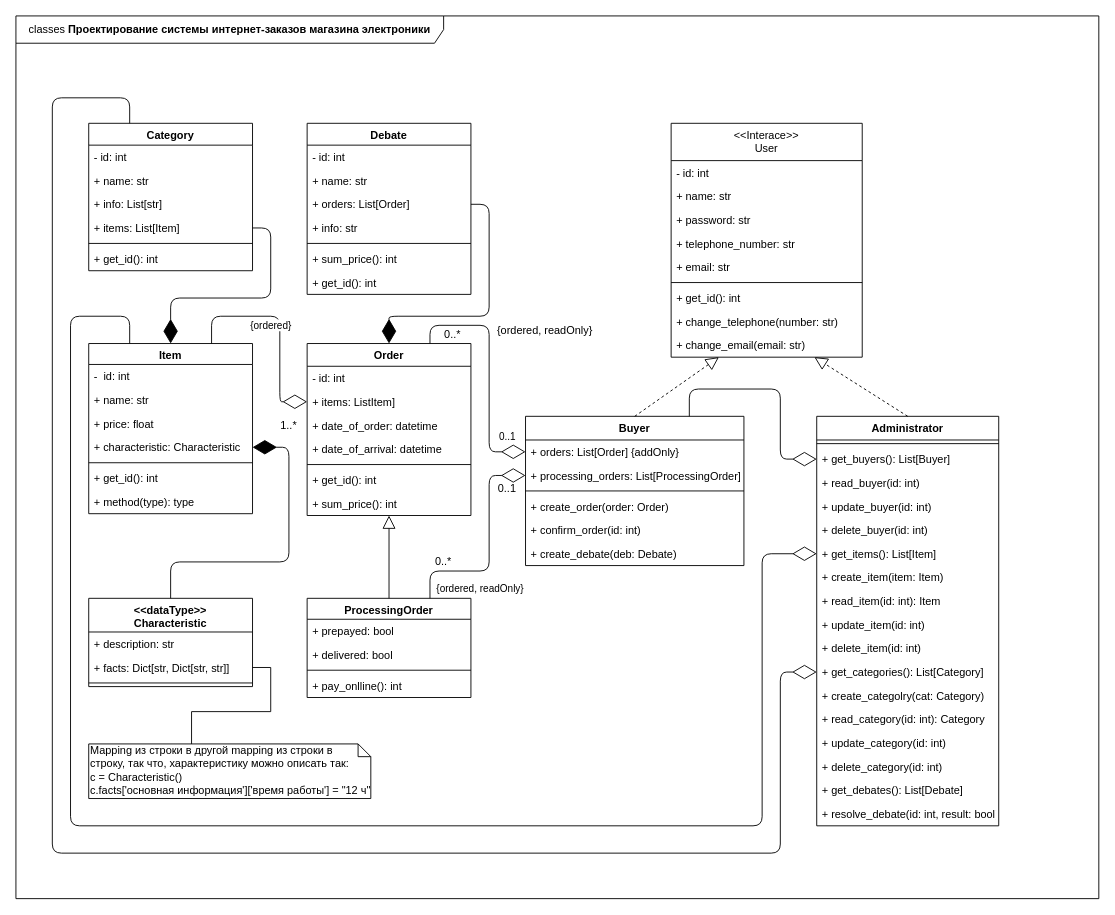
Before: classes.drawio in randomunrandom/MSS, a draw.io diagram. Source tidied: cells renumbered, new cells numbered last; positions are measured from the earlier drawing's top-left corner, leaving out a move shared by most shapes. Both pictures are drawn from the tidied source at 91%, with x=0, y=0 at pixel (15, 15).
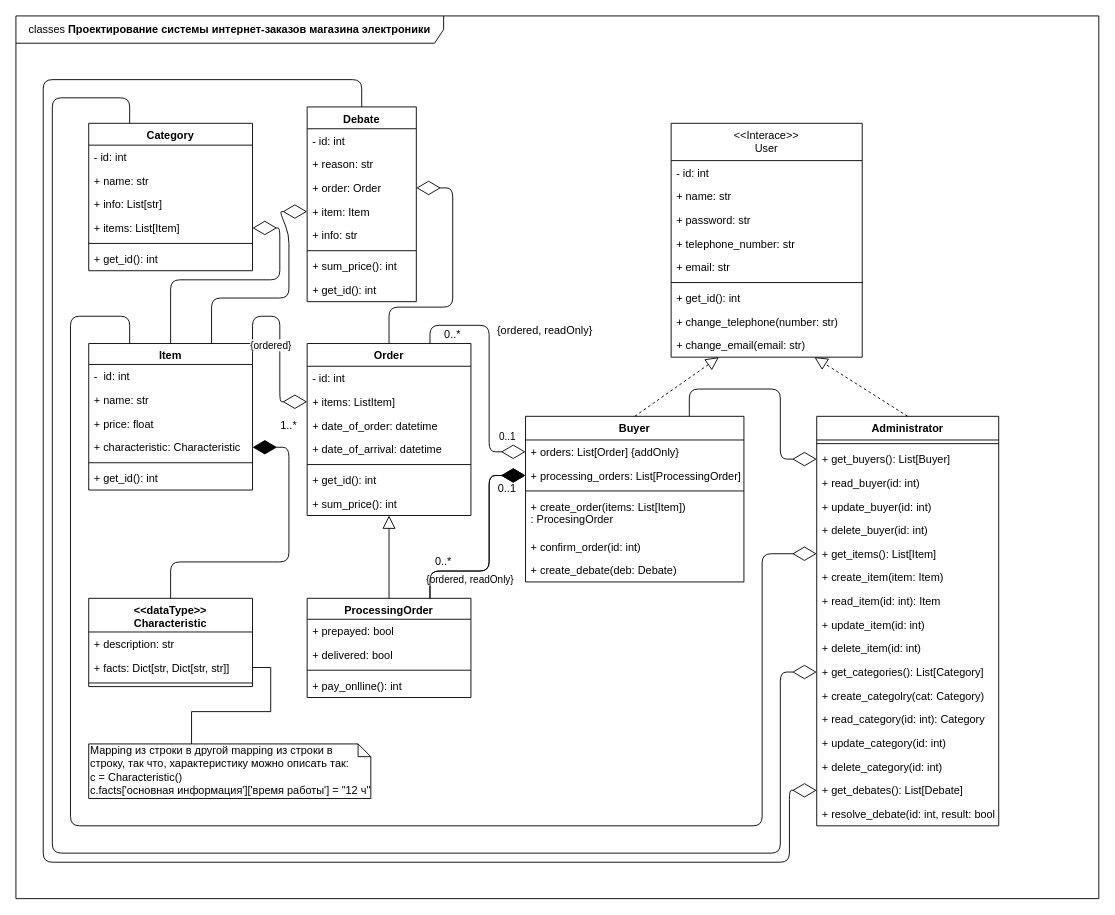
The same diagram, later.

The change refers to these unchanged cells:
```xml
<mxCell id="11" value="ProcessingOrder" style="swimlane;fontStyle=1;align=center;verticalAlign=top;horizontal=1;startSize=23;" parent="1" vertex="1">
  <mxGeometry x="320" y="640" width="180" height="109" as="geometry" />
</mxCell>
<mxCell id="17" value="+ orders: List[Order] {addOnly}" style="text;strokeColor=none;fillColor=none;align=left;verticalAlign=top;spacingLeft=4;spacingRight=4;overflow=hidden;points=[[0,0.5],[1,0.5]];portConstraint=eastwest;" parent="16" vertex="1">
  <mxGeometry y="26" width="240" height="26" as="geometry" />
</mxCell>
<mxCell id="18" value="+ processing_orders: List[ProcessingOrder]" style="text;strokeColor=none;fillColor=none;align=left;verticalAlign=top;spacingLeft=4;spacingRight=4;overflow=hidden;points=[[0,0.5],[1,0.5]];portConstraint=eastwest;" parent="16" vertex="1">
  <mxGeometry y="52" width="240" height="26" as="geometry" />
</mxCell>
<mxCell id="39" value="+ get_debates(): List[Debate]" style="text;strokeColor=none;fillColor=none;align=left;verticalAlign=top;spacingLeft=4;spacingRight=4;overflow=hidden;points=[[0,0.5],[1,0.5]];portConstraint=eastwest;" parent="23" vertex="1">
  <mxGeometry y="398" width="200" height="26" as="geometry" />
</mxCell>
<mxCell id="41" value="Order" style="swimlane;fontStyle=1;align=center;verticalAlign=top;horizontal=1;startSize=25;" parent="1" vertex="1">
  <mxGeometry x="320" y="360" width="180" height="189" as="geometry" />
</mxCell>
<mxCell id="43" value="+ items: ListItem]" style="text;strokeColor=none;fillColor=none;align=left;verticalAlign=top;spacingLeft=4;spacingRight=4;overflow=hidden;points=[[0,0.5],[1,0.5]];portConstraint=eastwest;" parent="41" vertex="1">
  <mxGeometry y="51" width="180" height="26" as="geometry" />
</mxCell>
<mxCell id="67" value="+ items: List[Item]" style="text;strokeColor=none;fillColor=none;align=left;verticalAlign=top;spacingLeft=4;spacingRight=4;overflow=hidden;points=[[0,0.5],[1,0.5]];portConstraint=eastwest;" parent="63" vertex="1">
  <mxGeometry y="102" width="180" height="26" as="geometry" />
</mxCell>
```

Change to the diagram source:
```diff
@@
     <mxCell id="3" value="Item" style="swimlane;fontStyle=1;align=center;verticalAlign=top;horizontal=1;startSize=23;" parent="1" vertex="1">
-      <mxGeometry x="80" y="360" width="180" height="187" as="geometry" />
+      <mxGeometry x="80" y="360" width="180" height="161" as="geometry" />
     </mxCell>
@@
-    <mxCell id="10" value="+ method(type): type" style="text;strokeColor=none;fillColor=none;align=left;verticalAlign=top;spacingLeft=4;spacingRight=4;overflow=hidden;" parent="3" vertex="1">
-      <mxGeometry y="161" width="180" height="26" as="geometry" />
-    </mxCell>
@@
     <mxCell id="16" value="Buyer" style="swimlane;fontStyle=1;align=center;verticalAlign=top;horizontal=1;startSize=26;" parent="1" vertex="1">
-      <mxGeometry x="560" y="440" width="240" height="164" as="geometry" />
+      <mxGeometry x="560" y="440" width="240" height="182" as="geometry" />
     </mxCell>
@@
-    <mxCell id="20" value="+ create_order(order: Order)" style="text;strokeColor=none;fillColor=none;align=left;verticalAlign=top;spacingLeft=4;spacingRight=4;overflow=hidden;" parent="16" vertex="1">
-      <mxGeometry y="86" width="240" height="26" as="geometry" />
+    <mxCell id="20" value="+ create_order(items: List[Item])&#10;: ProcesingOrder" style="text;strokeColor=none;fillColor=none;align=left;verticalAlign=top;spacingLeft=4;spacingRight=4;overflow=hidden;" parent="16" vertex="1">
+      <mxGeometry y="86" width="240" height="44" as="geometry" />
     </mxCell>
     <mxCell id="21" value="+ confirm_order(id: int)" style="text;strokeColor=none;fillColor=none;align=left;verticalAlign=top;spacingLeft=4;spacingRight=4;overflow=hidden;" parent="16" vertex="1">
-      <mxGeometry y="112" width="240" height="26" as="geometry" />
+      <mxGeometry y="130" width="240" height="26" as="geometry" />
     </mxCell>
     <mxCell id="22" value="+ create_debate(deb: Debate)" style="text;strokeColor=none;fillColor=none;align=left;verticalAlign=top;spacingLeft=4;spacingRight=4;overflow=hidden;" parent="16" vertex="1">
-      <mxGeometry y="138" width="240" height="26" as="geometry" />
+      <mxGeometry y="156" width="240" height="26" as="geometry" />
     </mxCell>
@@
     <mxCell id="70" value="Debate" style="swimlane;fontStyle=1;align=center;verticalAlign=top;horizontal=1;startSize=24;" parent="1" vertex="1">
-      <mxGeometry x="320" y="118" width="180" height="188" as="geometry" />
+      <mxGeometry x="320" y="100" width="120" height="214" as="geometry" />
     </mxCell>
     <mxCell id="71" value="- id: int" style="text;strokeColor=none;fillColor=none;align=left;verticalAlign=top;spacingLeft=4;spacingRight=4;overflow=hidden;" parent="70" vertex="1">
-      <mxGeometry y="24" width="180" height="26" as="geometry" />
+      <mxGeometry y="24" width="120" height="26" as="geometry" />
     </mxCell>
-    <mxCell id="72" value="+ name: str" style="text;strokeColor=none;fillColor=none;align=left;verticalAlign=top;spacingLeft=4;spacingRight=4;overflow=hidden;" parent="70" vertex="1">
-      <mxGeometry y="50" width="180" height="26" as="geometry" />
+    <mxCell id="72" value="+ reason: str" style="text;strokeColor=none;fillColor=none;align=left;verticalAlign=top;spacingLeft=4;spacingRight=4;overflow=hidden;" parent="70" vertex="1">
+      <mxGeometry y="50" width="120" height="26" as="geometry" />
     </mxCell>
-    <mxCell id="73" value="+ orders: List[Order]" style="text;strokeColor=none;fillColor=none;align=left;verticalAlign=top;spacingLeft=4;spacingRight=4;overflow=hidden;points=[[0,0.5],[1,0.5]];portConstraint=eastwest;" parent="70" vertex="1">
-      <mxGeometry y="76" width="180" height="26" as="geometry" />
+    <mxCell id="73" value="+ order: Order" style="text;strokeColor=none;fillColor=none;align=left;verticalAlign=top;spacingLeft=4;spacingRight=4;overflow=hidden;points=[[0,0.5],[1,0.5]];portConstraint=eastwest;" parent="70" vertex="1">
+      <mxGeometry y="76" width="120" height="26" as="geometry" />
     </mxCell>
+    <mxCell id="97" value="+ item: Item" style="text;strokeColor=none;fillColor=none;align=left;verticalAlign=top;spacingLeft=4;spacingRight=4;overflow=hidden;points=[[0,0.5],[1,0.5]];portConstraint=eastwest;" parent="70" vertex="1">
+      <mxGeometry y="102" width="120" height="26" as="geometry" />
+    </mxCell>
     <mxCell id="74" value="+ info: str" style="text;strokeColor=none;fillColor=none;align=left;verticalAlign=top;spacingLeft=4;spacingRight=4;overflow=hidden;" parent="70" vertex="1">
-      <mxGeometry y="102" width="180" height="26" as="geometry" />
+      <mxGeometry y="128" width="120" height="26" as="geometry" />
     </mxCell>
     <mxCell id="75" style="line;strokeWidth=1;fillColor=none;align=left;verticalAlign=middle;spacingTop=-1;spacingLeft=3;spacingRight=3;labelPosition=right;" parent="70" vertex="1">
-      <mxGeometry y="128" width="180" height="8" as="geometry" />
+      <mxGeometry y="154" width="120" height="8" as="geometry" />
     </mxCell>
     <mxCell id="76" value="+ sum_price(): int" style="text;strokeColor=none;fillColor=none;align=left;verticalAlign=top;spacingLeft=4;spacingRight=4;overflow=hidden;" parent="70" vertex="1">
-      <mxGeometry y="136" width="180" height="26" as="geometry" />
+      <mxGeometry y="162" width="120" height="26" as="geometry" />
     </mxCell>
     <mxCell id="77" value="+ get_id(): int" style="text;strokeColor=none;fillColor=none;align=left;verticalAlign=top;spacingLeft=4;spacingRight=4;overflow=hidden;" parent="70" vertex="1">
-      <mxGeometry y="162" width="180" height="26" as="geometry" />
+      <mxGeometry y="188" width="120" height="26" as="geometry" />
     </mxCell>
@@
-    <mxCell id="83" style="endArrow=diamondThin;endFill=1;endSize=24;html=1;entryX=0.5;entryY=0;entryDx=0;entryDy=0;exitX=1;exitY=0.5;exitDx=0;exitDy=0;" parent="1" edge="1" source="73" target="41">
-      <mxGeometry relative="1" as="geometry">
-        <Array as="points">
-          <mxPoint x="520" y="207" />
-          <mxPoint x="520" y="330" />
-          <mxPoint x="410" y="330" />
-        </Array>
-      </mxGeometry>
-    </mxCell>
-    <mxCell id="84" style="endArrow=diamondThin;endFill=1;endSize=24;html=1;entryX=0.5;entryY=0;entryDx=0;entryDy=0;exitX=1;exitY=0.5;exitDx=0;exitDy=0;" parent="1" edge="1" source="67" target="3">
-      <mxGeometry relative="1" as="geometry">
-        <Array as="points">
-          <mxPoint x="280" y="233" />
-          <mxPoint x="280" y="310" />
-          <mxPoint x="170" y="310" />
-        </Array>
-      </mxGeometry>
-    </mxCell>
@@
-    <mxCell id="86" value="{ordered}" style="endArrow=diamondThin;endFill=0;endSize=24;html=1;entryX=0;entryY=0.5;entryDx=0;entryDy=0;exitX=0.75;exitY=0;exitDx=0;exitDy=0;" parent="1" edge="1" source="3" target="43">
+    <mxCell id="86" value="{ordered}" style="endArrow=diamondThin;endFill=0;endSize=24;html=1;entryX=0;entryY=0.5;entryDx=0;entryDy=0;exitX=1;exitY=0;exitDx=0;exitDy=0;" parent="1" edge="1" source="3" target="43">
       <mxGeometry y="-10" relative="1" as="geometry">
         <Array as="points">
-          <mxPoint x="215" y="330" />
+          <mxPoint x="260" y="330" />
           <mxPoint x="290" y="330" />
           <mxPoint x="290" y="424" />
         </Array>
       </mxGeometry>
     </mxCell>
-    <mxCell id="87" value="0..1" style="endArrow=diamondThin;endFill=0;endSize=24;html=1;entryX=0;entryY=0.5;entryDx=0;entryDy=0;exitX=0.75;exitY=0;exitDx=0;exitDy=0;" parent="1" edge="1" source="41" target="17">
+    <mxCell id="87" value="0..1" style="endArrow=diamondThin;endFill=0;endSize=24;html=1;fontFamily=Helvetica;fontSize=11;fontColor=#000000;align=center;strokeColor=#000000;exitX=0.75;exitY=0;exitDx=0;exitDy=0;" parent="1" edge="1" source="41" target="17">
       <mxGeometry x="0.85" y="18" relative="1" as="geometry">
         <Array as="points">
           <mxPoint x="455" y="340" />
           <mxPoint x="520" y="340" />
           <mxPoint x="520" y="479" />
         </Array>
         <mxPoint y="1" as="offset" />
       </mxGeometry>
     </mxCell>
@@
     <mxCell id="89" value="{ordered, readOnly}" style="endArrow=diamondThin;endFill=0;endSize=24;html=1;entryX=0;entryY=0.5;entryDx=0;entryDy=0;exitX=0.75;exitY=0;exitDx=0;exitDy=0;" parent="1" edge="1" source="11" target="18">
-      <mxGeometry x="-0.29" y="-20" relative="1" as="geometry">
+      <mxGeometry x="-0.38" y="-10" relative="1" as="geometry">
         <Array as="points">
           <mxPoint x="455" y="610" />
           <mxPoint x="520" y="610" />
           <mxPoint x="520" y="505" />
         </Array>
       </mxGeometry>
     </mxCell>
@@
+    <mxCell id="98" style="endArrow=diamondThin;endFill=0;endSize=24;html=1;entryX=0;entryY=0.5;entryDx=0;entryDy=0;exitX=0.5;exitY=0;exitDx=0;exitDy=0;" parent="1" edge="1" source="70" target="39">
+      <mxGeometry relative="1" as="geometry">
+        <Array as="points">
+          <mxPoint x="380" y="70" />
+          <mxPoint x="30" y="70" />
+          <mxPoint x="30" y="930" />
+          <mxPoint x="850" y="930" />
+          <mxPoint x="850" y="851" />
+        </Array>
+      </mxGeometry>
+    </mxCell>
+    <mxCell id="99" style="endArrow=diamondThin;endFill=1;endSize=24;html=1;exitX=0.75;exitY=0;exitDx=0;exitDy=0;entryX=0;entryY=0.5;entryDx=0;entryDy=0;" parent="1" edge="1" source="11" target="18">
+      <mxGeometry relative="1" as="geometry">
+        <Array as="points">
+          <mxPoint x="455" y="610" />
+          <mxPoint x="520" y="610" />
+          <mxPoint x="520" y="505" />
+        </Array>
+      </mxGeometry>
+    </mxCell>
+    <mxCell id="100" style="endArrow=diamondThin;endFill=0;endSize=24;html=1;entryX=1;entryY=0.5;entryDx=0;entryDy=0;exitX=0.5;exitY=0;exitDx=0;exitDy=0;" parent="1" edge="1" source="3" target="67">
+      <mxGeometry relative="1" as="geometry">
+        <Array as="points">
+          <mxPoint x="170" y="290" />
+          <mxPoint x="290" y="290" />
+          <mxPoint x="290" y="233" />
+        </Array>
+      </mxGeometry>
+    </mxCell>
+    <mxCell id="101" style="endArrow=diamondThin;endFill=0;endSize=24;html=1;entryX=0;entryY=0.5;entryDx=0;entryDy=0;exitX=0.75;exitY=0;exitDx=0;exitDy=0;" parent="1" edge="1" source="3" target="97">
+      <mxGeometry relative="1" as="geometry">
+        <Array as="points">
+          <mxPoint x="215" y="310" />
+          <mxPoint x="300" y="310" />
+          <mxPoint x="300" y="240" />
+          <mxPoint x="290" y="215" />
+        </Array>
+      </mxGeometry>
+    </mxCell>
+    <mxCell id="102" style="endArrow=diamondThin;endFill=0;endSize=24;html=1;entryX=1;entryY=0.5;entryDx=0;entryDy=0;exitX=0.5;exitY=0;exitDx=0;exitDy=0;" parent="1" edge="1" source="41" target="73">
+      <mxGeometry relative="1" as="geometry">
+        <Array as="points">
+          <mxPoint x="410" y="320" />
+          <mxPoint x="480" y="320" />
+          <mxPoint x="480" y="189" />
+        </Array>
+      </mxGeometry>
+    </mxCell>
```
